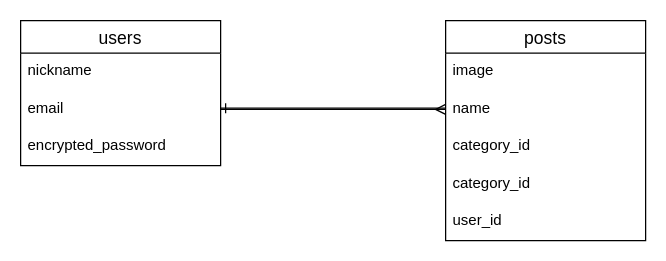
The draw.io diagram ER.dio in ittonnoshio/original-app, before the edit. Source tidied: cells renumbered, new cells numbered last; positions are measured from the earlier drawing's top-left corner, leaving out a move shared by most shapes. Both pictures are drawn from the tidied source at 125%, with x=0, y=0 at pixel (20, 20).
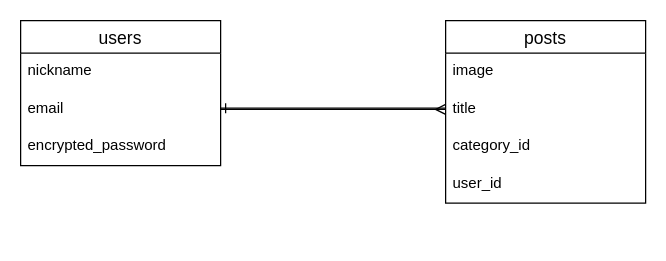
Above is the later version.

What changed in the source:
```diff
@@
 <mxGraphModel>
   <root>
     <mxCell id="0" />
     <mxCell id="1" parent="0" />
     <mxCell id="2" value="users" style="swimlane;fontStyle=0;horizontal=1;startSize=26;align=center;fontSize=14;" parent="1" vertex="1">
       <mxGeometry width="160" height="116" as="geometry" />
     </mxCell>
     <mxCell id="3" value="nickname" style="text;strokeColor=none;fillColor=none;spacingLeft=4;spacingRight=4;overflow=hidden;fontSize=12;" parent="2" vertex="1">
       <mxGeometry y="26" width="160" height="30" as="geometry" />
     </mxCell>
     <mxCell id="4" value="email" style="text;strokeColor=none;fillColor=none;spacingLeft=4;spacingRight=4;overflow=hidden;points=[[0,0.5],[1,0.5]];portConstraint=eastwest;fontSize=12;" parent="2" vertex="1">
       <mxGeometry y="56" width="160" height="30" as="geometry" />
     </mxCell>
     <mxCell id="5" value="encrypted_password" style="text;strokeColor=none;fillColor=none;spacingLeft=4;spacingRight=4;overflow=hidden;fontSize=12;" parent="2" vertex="1">
       <mxGeometry y="86" width="160" height="30" as="geometry" />
     </mxCell>
     <mxCell id="6" value="posts" style="swimlane;fontStyle=0;horizontal=1;startSize=26;align=center;fontSize=14;" parent="1" vertex="1">
-      <mxGeometry x="340" width="160" height="176" as="geometry" />
+      <mxGeometry x="340" width="160" height="146" as="geometry" />
     </mxCell>
     <mxCell id="7" value="image" style="text;strokeColor=none;fillColor=none;spacingLeft=4;spacingRight=4;overflow=hidden;fontSize=12;" parent="6" vertex="1">
       <mxGeometry y="26" width="160" height="30" as="geometry" />
     </mxCell>
-    <mxCell id="8" value="name" style="text;strokeColor=none;fillColor=none;spacingLeft=4;spacingRight=4;overflow=hidden;points=[[0,0.5],[1,0.5]];portConstraint=eastwest;fontSize=12;" parent="6" vertex="1">
+    <mxCell id="8" value="title" style="text;strokeColor=none;fillColor=none;spacingLeft=4;spacingRight=4;overflow=hidden;points=[[0,0.5],[1,0.5]];portConstraint=eastwest;fontSize=12;" parent="6" vertex="1">
       <mxGeometry y="56" width="160" height="30" as="geometry" />
     </mxCell>
     <mxCell id="9" value="category_id" style="text;strokeColor=none;fillColor=none;spacingLeft=4;spacingRight=4;overflow=hidden;fontSize=12;" parent="6" vertex="1">
       <mxGeometry y="86" width="160" height="30" as="geometry" />
     </mxCell>
-    <mxCell id="10" value="category_id" style="text;strokeColor=none;fillColor=none;spacingLeft=4;spacingRight=4;overflow=hidden;fontSize=12;" parent="6" vertex="1">
-      <mxGeometry y="116" width="160" height="30" as="geometry" />
-    </mxCell>
     <mxCell id="11" value="user_id" style="text;strokeColor=none;fillColor=none;spacingLeft=4;spacingRight=4;overflow=hidden;fontSize=12;" parent="6" vertex="1">
-      <mxGeometry y="146" width="160" height="30" as="geometry" />
+      <mxGeometry y="116" width="160" height="30" as="geometry" />
     </mxCell>
     <mxCell id="12" style="edgeStyle=orthogonalEdgeStyle;rounded=0;jettySize=auto;html=1;exitX=1;exitY=0.5;exitDx=0;exitDy=0;entryX=0;entryY=0.5;entryDx=0;entryDy=0;endArrow=ERmany;endFill=0;" parent="1" edge="1" source="4" target="8">
       <mxGeometry relative="1" as="geometry" />
     </mxCell>
     <mxCell id="13" style="edgeStyle=orthogonalEdgeStyle;rounded=0;orthogonalLoop=1;jettySize=auto;html=1;endArrow=ERone;endFill=0;" parent="1" edge="1">
       <mxGeometry relative="1" as="geometry">
         <mxPoint x="340" y="70" as="sourcePoint" />
         <mxPoint x="160" y="70" as="targetPoint" />
         <Array as="points">
           <mxPoint x="340" y="70" />
           <mxPoint x="160" y="70" />
         </Array>
       </mxGeometry>
     </mxCell>
   </root>
 </mxGraphModel>
```
